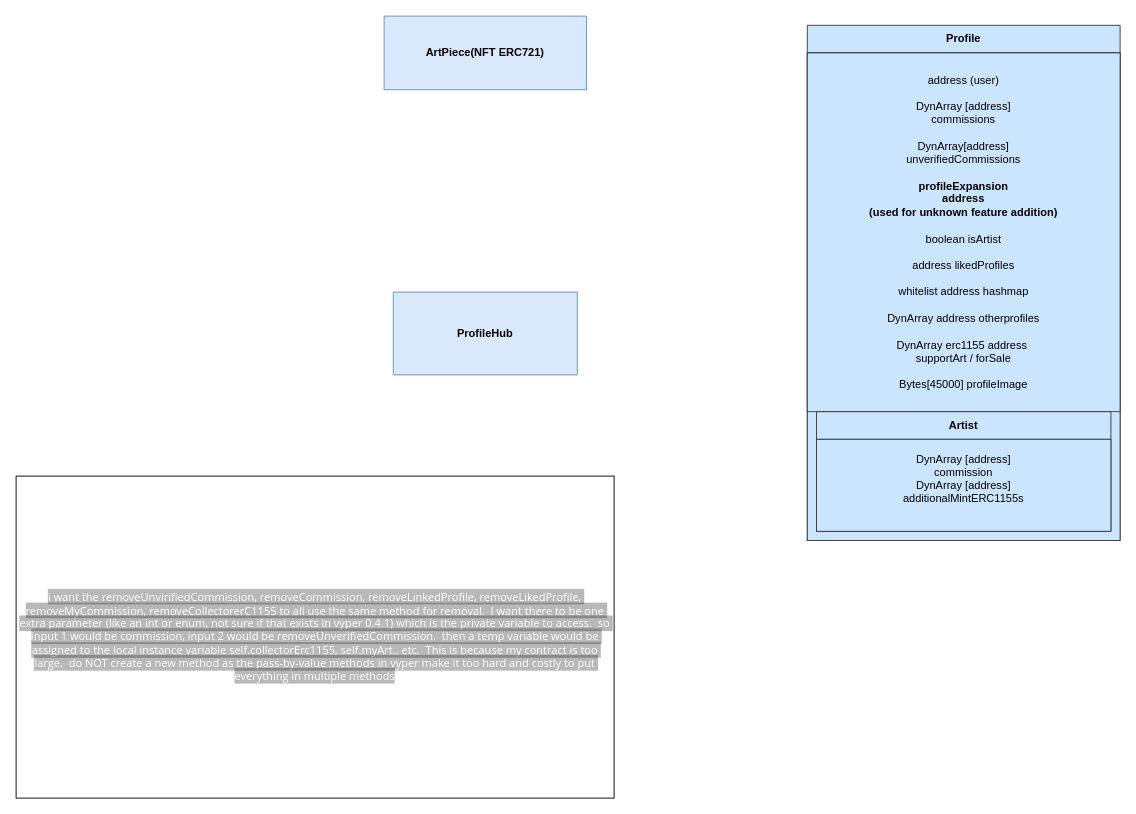
The draw.io diagram page "Profile" (3 of 5) of documentation/Commission Art.drawio in andrewtheiss/CommissionArt, before the edit. Source tidied: cells renumbered, new cells numbered last; positions are measured from the earlier drawing's top-left corner, leaving out a move shared by most shapes. Both pictures are drawn from the tidied source at 92%, with x=0, y=0 at pixel (16, 16).
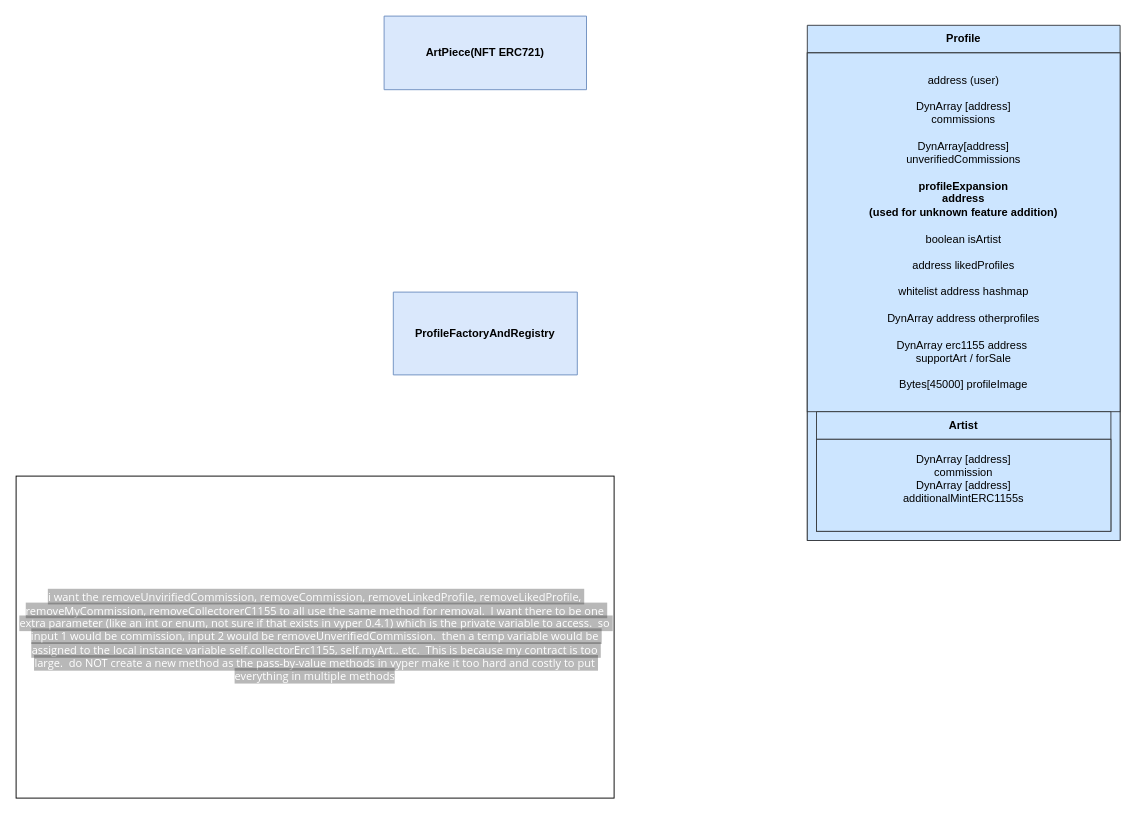
The same diagram, later.

The edit, as a diff of the source:
```diff
@@
 <mxGraphModel>
   <root>
     <mxCell id="0" />
     <mxCell id="1" parent="0" />
-    <mxCell id="2" value="ProfileHub" style="swimlane;whiteSpace=wrap;html=1;startSize=220;fillColor=#dae8fc;strokeColor=#6c8ebf;" parent="1" vertex="1">
+    <mxCell id="2" value="ProfileFactoryAndRegistry" style="swimlane;whiteSpace=wrap;html=1;startSize=220;fillColor=#dae8fc;strokeColor=#6c8ebf;" parent="1" vertex="1">
       <mxGeometry x="410" y="300" width="200" height="90" as="geometry" />
     </mxCell>
     <mxCell id="3" value="Profile" style="swimlane;whiteSpace=wrap;html=1;startSize=30;fillColor=#cce5ff;strokeColor=#36393d;" parent="1" vertex="1">
       <mxGeometry x="860" y="10" width="340" height="560" as="geometry" />
     </mxCell>
     <mxCell id="4" value="&lt;div&gt;&lt;br&gt;&lt;/div&gt;" style="rounded=0;whiteSpace=wrap;html=1;fillColor=#cce5ff;strokeColor=#36393d;" parent="3" vertex="1">
       <mxGeometry y="30" width="340" height="530" as="geometry" />
     </mxCell>
     <mxCell id="5" value="&lt;div&gt;address (user)&lt;/div&gt;&lt;div&gt;&lt;br&gt;&lt;/div&gt;DynArray [address]&lt;div&gt;commissions&lt;/div&gt;&lt;div&gt;&lt;font style=&quot;color: light-dark(rgb(0, 0, 0), rgb(184, 25, 168));&quot;&gt;&lt;br&gt;&lt;/font&gt;&lt;/div&gt;&lt;div&gt;&lt;font&gt;DynArray[address]&lt;/font&gt;&lt;/div&gt;&lt;div&gt;&lt;font&gt;unverifiedCommissions&lt;/font&gt;&lt;/div&gt;&lt;div&gt;&lt;font style=&quot;color: light-dark(rgb(0, 0, 0), rgb(184, 25, 168));&quot;&gt;&lt;br&gt;&lt;/font&gt;&lt;/div&gt;&lt;div&gt;&lt;b&gt;&lt;font style=&quot;color: light-dark(rgb(0, 0, 0), rgb(184, 25, 168));&quot;&gt;profileExpansion&lt;/font&gt;&lt;/b&gt;&lt;/div&gt;&lt;div&gt;&lt;b&gt;&lt;font style=&quot;color: light-dark(rgb(0, 0, 0), rgb(184, 25, 168));&quot;&gt;address&lt;/font&gt;&lt;/b&gt;&lt;/div&gt;&lt;div&gt;&lt;b&gt;&lt;font style=&quot;color: light-dark(rgb(0, 0, 0), rgb(184, 25, 168));&quot;&gt;(used for unknown feature addition)&lt;/font&gt;&lt;/b&gt;&lt;/div&gt;&lt;div&gt;&lt;br&gt;&lt;/div&gt;&lt;div&gt;boolean isArtist&lt;/div&gt;&lt;div&gt;&lt;br&gt;&lt;/div&gt;&lt;div&gt;address likedProfiles&lt;/div&gt;&lt;div&gt;&lt;br&gt;&lt;/div&gt;&lt;div&gt;whitelist address hashmap&lt;/div&gt;&lt;div&gt;&lt;br&gt;&lt;/div&gt;&lt;div&gt;DynArray address otherprofiles&lt;/div&gt;&lt;div&gt;&lt;br&gt;&lt;/div&gt;&lt;div&gt;&lt;font style=&quot;color: light-dark(rgb(0, 0, 0), rgb(184, 25, 168));&quot;&gt;DynArray erc1155 address&amp;nbsp;&lt;/font&gt;&lt;/div&gt;&lt;div&gt;&lt;font style=&quot;color: light-dark(rgb(0, 0, 0), rgb(184, 25, 168));&quot;&gt;supportArt / forSale&lt;/font&gt;&lt;/div&gt;&lt;div&gt;&lt;br&gt;&lt;/div&gt;&lt;div&gt;Bytes[45000] profileImage&lt;/div&gt;" style="rounded=0;whiteSpace=wrap;html=1;fillColor=#cce5ff;strokeColor=#36393d;" parent="3" vertex="1">
       <mxGeometry y="30" width="340" height="390" as="geometry" />
     </mxCell>
     <mxCell id="6" value="Artist" style="swimlane;whiteSpace=wrap;html=1;startSize=30;fillColor=#cce5ff;strokeColor=#36393d;" parent="3" vertex="1">
       <mxGeometry x="10" y="420" width="320" height="130" as="geometry" />
     </mxCell>
     <mxCell id="7" value="DynArray [address]&lt;div&gt;commission&lt;/div&gt;&lt;div&gt;DynArray [address]&lt;/div&gt;&lt;div&gt;additionalMintERC1155s&lt;/div&gt;&lt;div&gt;&lt;br&gt;&lt;/div&gt;" style="rounded=0;whiteSpace=wrap;html=1;fillColor=#cce5ff;strokeColor=#36393d;" parent="3" vertex="1">
       <mxGeometry x="10" y="450" width="320" height="100" as="geometry" />
     </mxCell>
     <mxCell id="8" style="edgeStyle=orthogonalEdgeStyle;rounded=0;orthogonalLoop=1;jettySize=auto;html=1;exitX=0.5;exitY=1;exitDx=0;exitDy=0;" parent="3" edge="1" source="7" target="7">
       <mxGeometry relative="1" as="geometry" />
     </mxCell>
     <mxCell id="9" value="ArtPiece(NFT ERC721)" style="swimlane;whiteSpace=wrap;html=1;startSize=90;fillColor=#dae8fc;strokeColor=#6c8ebf;" parent="1" vertex="1">
       <mxGeometry x="400" width="220" height="80" as="geometry" />
     </mxCell>
     <mxCell id="10" value="&lt;span style=&quot;color: rgb(255, 255, 255); font-family: &amp;quot;Segoe WPC&amp;quot;, &amp;quot;Segoe UI&amp;quot;, sans-serif; text-align: start; white-space-collapse: preserve; background-color: rgba(42, 42, 42, 0.33);&quot;&gt;i want the removeUnvirifiedCommission, removeCommission, removeLinkedProfile, removeLikedProfile, removeMyCommission, removeCollectorerC1155 to all use the same method for removal.  I want there to be one extra parameter (like an int or enum, not sure if that exists in vyper 0.4.1) which is the private variable to access.  so input 1 would be commission, input 2 would be removeUnverifiedCommission.  then a temp variable would be assigned to the local instance variable self.collectorErc1155, self.myArt.. etc.  This is because my contract is too large.  do NOT create a new method as the pass-by-value methods in vyper make it too hard and costly to put everything in multiple methods&lt;/span&gt;" style="rounded=0;whiteSpace=wrap;html=1;" parent="1" vertex="1">
       <mxGeometry y="500" width="650" height="350" as="geometry" />
     </mxCell>
   </root>
 </mxGraphModel>
```
